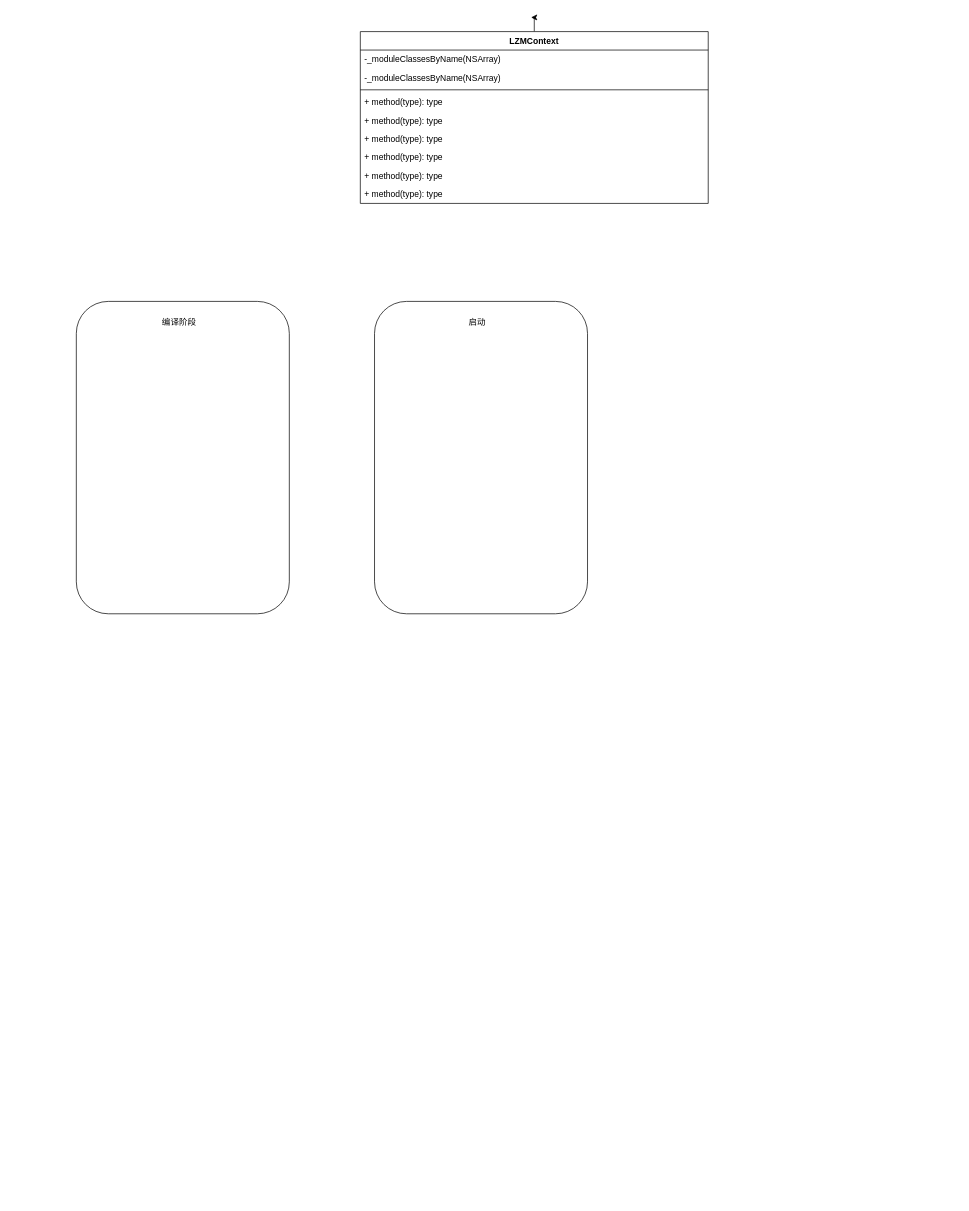
Earlier version of the draw.io diagram ZXWP/LZM问题收集/Untitled Diagram.drawio (lizhuxian020/ZXWordPress). Source tidied: cells renumbered, new cells numbered last; positions are measured from the earlier drawing's top-left corner, leaving out a move shared by most shapes. Both pictures are drawn from the tidied source at 71%, with x=0, y=0 at pixel (76, 17).
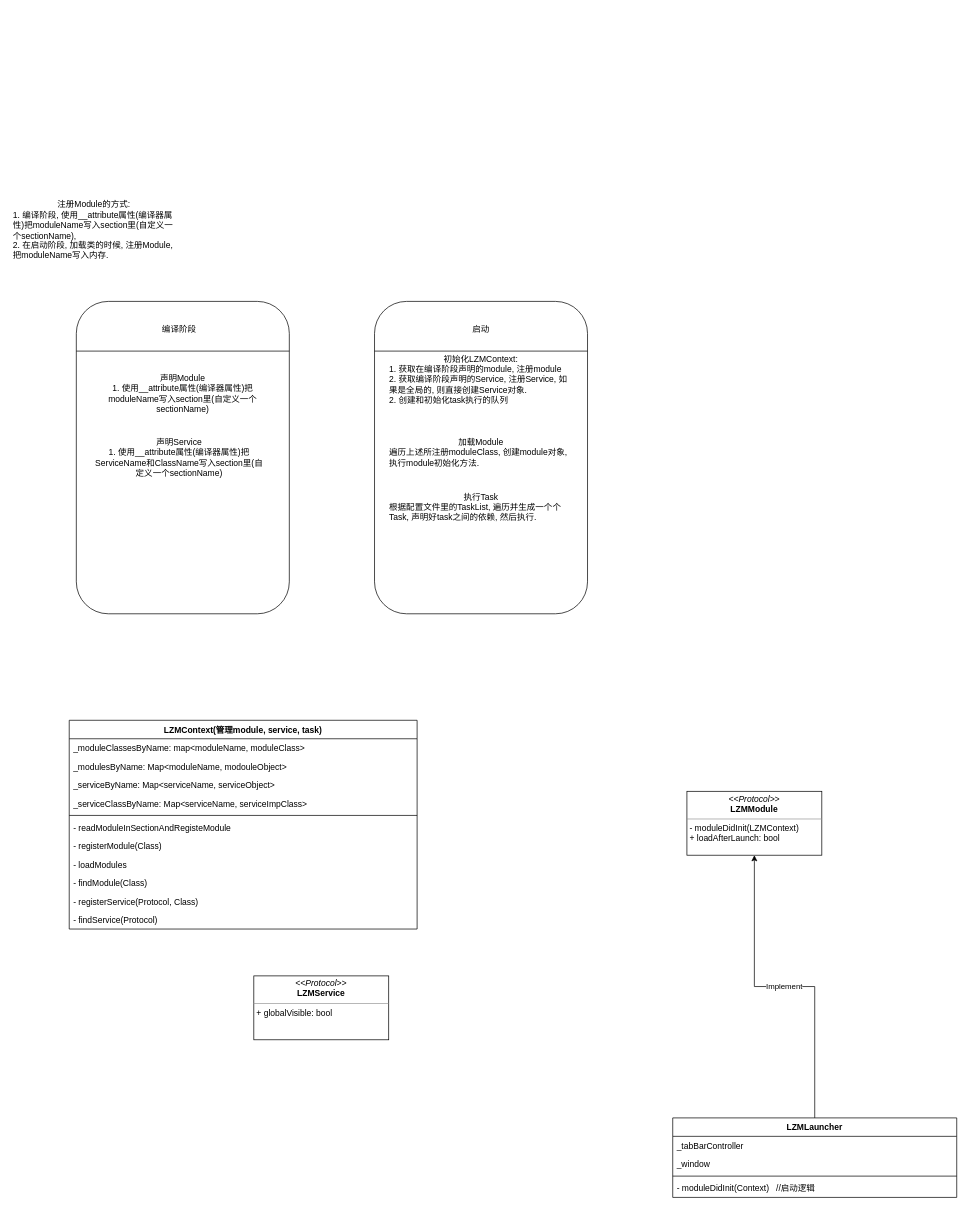
Above is the later version.

Diff of the diagram source:
```diff
@@
-    <mxCell id="2" style="edgeStyle=orthogonalEdgeStyle;rounded=0;jettySize=auto;html=1;" parent="1" edge="1" source="3">
-      <mxGeometry relative="1" as="geometry">
-        <mxPoint x="640" as="targetPoint" />
-      </mxGeometry>
-    </mxCell>
-    <mxCell id="3" value="LZMContext" style="swimlane;fontStyle=1;align=center;verticalAlign=top;horizontal=1;startSize=26;" parent="1" vertex="1">
-      <mxGeometry x="400" y="20" width="490" height="242" as="geometry" />
+    <mxCell id="3" value="LZMContext(管理module, service, task)" style="swimlane;fontStyle=1;align=center;verticalAlign=top;horizontal=1;startSize=26;" parent="1" vertex="1">
+      <mxGeometry x="-10" y="990" width="490" height="294" as="geometry" />
     </mxCell>
-    <mxCell id="4" value="-_moduleClassesByName(NSArray)&#10;" style="text;strokeColor=none;fillColor=none;align=left;verticalAlign=top;spacingLeft=4;spacingRight=4;overflow=hidden;" parent="3" vertex="1">
+    <mxCell id="4" value="_moduleClassesByName: map&lt;moduleName, moduleClass&gt;" style="text;strokeColor=none;fillColor=none;align=left;verticalAlign=top;spacingLeft=4;spacingRight=4;overflow=hidden;" parent="3" vertex="1">
       <mxGeometry y="26" width="490" height="26" as="geometry" />
     </mxCell>
-    <mxCell id="5" value="-_moduleClassesByName(NSArray)&#10;" style="text;strokeColor=none;fillColor=none;align=left;verticalAlign=top;spacingLeft=4;spacingRight=4;overflow=hidden;" parent="3" vertex="1">
+    <mxCell id="5" value="_modulesByName: Map&lt;moduleName, modouleObject&gt;" style="text;strokeColor=none;fillColor=none;align=left;verticalAlign=top;spacingLeft=4;spacingRight=4;overflow=hidden;" parent="3" vertex="1">
       <mxGeometry y="52" width="490" height="26" as="geometry" />
     </mxCell>
+    <mxCell id="19" value="_serviceByName: Map&lt;serviceName, serviceObject&gt;" style="text;strokeColor=none;fillColor=none;align=left;verticalAlign=top;spacingLeft=4;spacingRight=4;overflow=hidden;" parent="3" vertex="1">
+      <mxGeometry y="78" width="490" height="26" as="geometry" />
+    </mxCell>
+    <mxCell id="20" value="_serviceClassByName: Map&lt;serviceName, serviceImpClass&gt;" style="text;strokeColor=none;fillColor=none;align=left;verticalAlign=top;spacingLeft=4;spacingRight=4;overflow=hidden;" parent="3" vertex="1">
+      <mxGeometry y="104" width="490" height="26" as="geometry" />
+    </mxCell>
     <mxCell id="6" style="line;strokeWidth=1;fillColor=none;align=left;verticalAlign=middle;spacingTop=-1;spacingLeft=3;spacingRight=3;labelPosition=right;" parent="3" vertex="1">
-      <mxGeometry y="78" width="490" height="8" as="geometry" />
+      <mxGeometry y="130" width="490" height="8" as="geometry" />
     </mxCell>
-    <mxCell id="7" value="+ method(type): type" style="text;strokeColor=none;fillColor=none;align=left;verticalAlign=top;spacingLeft=4;spacingRight=4;overflow=hidden;" parent="3" vertex="1">
-      <mxGeometry y="86" width="490" height="26" as="geometry" />
+    <mxCell id="7" value="- readModuleInSectionAndRegisteModule" style="text;strokeColor=none;fillColor=none;align=left;verticalAlign=top;spacingLeft=4;spacingRight=4;overflow=hidden;" parent="3" vertex="1">
+      <mxGeometry y="138" width="490" height="26" as="geometry" />
     </mxCell>
-    <mxCell id="8" value="+ method(type): type" style="text;strokeColor=none;fillColor=none;align=left;verticalAlign=top;spacingLeft=4;spacingRight=4;overflow=hidden;" parent="3" vertex="1">
-      <mxGeometry y="112" width="490" height="26" as="geometry" />
+    <mxCell id="8" value="- registerModule(Class)" style="text;strokeColor=none;fillColor=none;align=left;verticalAlign=top;spacingLeft=4;spacingRight=4;overflow=hidden;" parent="3" vertex="1">
+      <mxGeometry y="164" width="490" height="26" as="geometry" />
     </mxCell>
-    <mxCell id="9" value="+ method(type): type" style="text;strokeColor=none;fillColor=none;align=left;verticalAlign=top;spacingLeft=4;spacingRight=4;overflow=hidden;" parent="3" vertex="1">
-      <mxGeometry y="138" width="490" height="26" as="geometry" />
+    <mxCell id="9" value="- loadModules" style="text;strokeColor=none;fillColor=none;align=left;verticalAlign=top;spacingLeft=4;spacingRight=4;overflow=hidden;" parent="3" vertex="1">
+      <mxGeometry y="190" width="490" height="26" as="geometry" />
     </mxCell>
-    <mxCell id="10" value="+ method(type): type" style="text;strokeColor=none;fillColor=none;align=left;verticalAlign=top;spacingLeft=4;spacingRight=4;overflow=hidden;" parent="3" vertex="1">
-      <mxGeometry y="164" width="490" height="26" as="geometry" />
+    <mxCell id="10" value="- findModule(Class)" style="text;strokeColor=none;fillColor=none;align=left;verticalAlign=top;spacingLeft=4;spacingRight=4;overflow=hidden;" parent="3" vertex="1">
+      <mxGeometry y="216" width="490" height="26" as="geometry" />
     </mxCell>
+    <mxCell id="21" value="- registerService(Protocol, Class)" style="text;strokeColor=none;fillColor=none;align=left;verticalAlign=top;spacingLeft=4;spacingRight=4;overflow=hidden;" parent="3" vertex="1">
+      <mxGeometry y="242" width="490" height="26" as="geometry" />
+    </mxCell>
-    <mxCell id="11" value="+ method(type): type" style="text;strokeColor=none;fillColor=none;align=left;verticalAlign=top;spacingLeft=4;spacingRight=4;overflow=hidden;" parent="3" vertex="1">
-      <mxGeometry y="190" width="490" height="26" as="geometry" />
+    <mxCell id="11" value="- findService(Protocol)" style="text;strokeColor=none;fillColor=none;align=left;verticalAlign=top;spacingLeft=4;spacingRight=4;overflow=hidden;" parent="3" vertex="1">
+      <mxGeometry y="268" width="490" height="26" as="geometry" />
     </mxCell>
-    <mxCell id="12" value="+ method(type): type" style="text;strokeColor=none;fillColor=none;align=left;verticalAlign=top;spacingLeft=4;spacingRight=4;overflow=hidden;" parent="3" vertex="1">
-      <mxGeometry y="216" width="490" height="26" as="geometry" />
-    </mxCell>
@@
     <mxCell id="15" value="启动" style="text;html=1;strokeColor=none;fillColor=none;align=center;verticalAlign=middle;whiteSpace=wrap;rounded=0;" parent="1" vertex="1">
-      <mxGeometry x="460" y="420" width="210" height="20" as="geometry" />
+      <mxGeometry x="465" y="430" width="210" height="20" as="geometry" />
     </mxCell>
@@
     <mxCell id="18" value="编译阶段" style="text;html=1;strokeColor=none;fillColor=none;align=center;verticalAlign=middle;whiteSpace=wrap;rounded=0;" parent="1" vertex="1">
-      <mxGeometry x="40" y="420" width="210" height="20" as="geometry" />
+      <mxGeometry x="40" y="430" width="210" height="20" as="geometry" />
     </mxCell>
+    <mxCell id="22" value="声明Module&lt;br&gt;1.&amp;nbsp;&lt;span style=&quot;text-align: left&quot;&gt;使用__attribute属性(编译器属性)把moduleName写入section里(自定义一个sectionName)&lt;/span&gt;" style="text;html=1;strokeColor=none;fillColor=none;align=center;verticalAlign=middle;whiteSpace=wrap;rounded=0;" parent="1" vertex="1">
+      <mxGeometry x="25" y="520" width="250" height="20" as="geometry" />
+    </mxCell>
+    <mxCell id="23" style="endArrow=none;html=1;" parent="1" edge="1">
+      <mxGeometry relative="1" as="geometry">
+        <mxPoint y="470" as="sourcePoint" />
+        <mxPoint x="300" y="470" as="targetPoint" />
+      </mxGeometry>
+    </mxCell>
+    <mxCell id="24" value="注册Module的方式:&lt;br&gt;&lt;div style=&quot;text-align: left&quot;&gt;&lt;span&gt;1. 编译阶段, 使用__attribute属性(编译器属性)把moduleName写入section里(自定义一个sectionName),&lt;/span&gt;&lt;/div&gt;&lt;div style=&quot;text-align: left&quot;&gt;&lt;span&gt;2. 在启动阶段, 加载类的时候, 注册Module, 把moduleName写入内存.&lt;/span&gt;&lt;/div&gt;" style="text;html=1;strokeColor=none;fillColor=none;align=center;verticalAlign=middle;whiteSpace=wrap;rounded=0;" parent="1" vertex="1">
+      <mxGeometry x="-90" y="290" width="230" height="20" as="geometry" />
+    </mxCell>
+    <mxCell id="25" style="endArrow=none;html=1;" parent="1" edge="1">
+      <mxGeometry relative="1" as="geometry">
+        <mxPoint x="420" y="470" as="sourcePoint" />
+        <mxPoint x="720" y="470" as="targetPoint" />
+      </mxGeometry>
+    </mxCell>
+    <mxCell id="26" value="初始化LZMContext:&lt;br&gt;&lt;div style=&quot;text-align: left&quot;&gt;&lt;span&gt;1. 获取在编译阶段声明的module, 注册module&lt;/span&gt;&lt;/div&gt;&lt;div style=&quot;text-align: left&quot;&gt;&lt;span&gt;2. 获取编译阶段声明的Service, 注册Service, 如果是全局的, 则直接创建Service对象.&lt;/span&gt;&lt;/div&gt;&lt;div style=&quot;text-align: left&quot;&gt;&lt;span&gt;2. 创建和初始化task执行的队列&lt;/span&gt;&lt;/div&gt;" style="text;html=1;strokeColor=none;fillColor=none;align=center;verticalAlign=middle;whiteSpace=wrap;rounded=0;" parent="1" vertex="1">
+      <mxGeometry x="440" y="500" width="260" height="20" as="geometry" />
+    </mxCell>
+    <mxCell id="27" value="&lt;p style=&quot;margin: 0px ; margin-top: 4px ; text-align: center&quot;&gt;&lt;i&gt;&amp;lt;&amp;lt;Protocol&amp;gt;&amp;gt;&lt;/i&gt;&lt;br&gt;&lt;b&gt;LZMModule&lt;/b&gt;&lt;/p&gt;&lt;hr size=&quot;1&quot;&gt;&lt;p style=&quot;margin: 0px ; margin-left: 4px&quot;&gt;- moduleDidInit(LZMContext)&lt;br&gt;+ loadAfterLaunch: bool&lt;/p&gt;" style="verticalAlign=top;align=left;overflow=fill;fontSize=12;fontFamily=Helvetica;html=1;" parent="1" vertex="1">
+      <mxGeometry x="860" y="1090" width="190" height="90" as="geometry" />
+    </mxCell>
+    <mxCell id="28" value="加载Module&lt;br&gt;&lt;div style=&quot;text-align: left&quot;&gt;遍历上述所注册moduleClass, 创建module对象, 执行module初始化方法.&lt;/div&gt;&lt;div style=&quot;text-align: left&quot;&gt;&lt;br&gt;&lt;/div&gt;" style="text;html=1;strokeColor=none;fillColor=none;align=center;verticalAlign=middle;whiteSpace=wrap;rounded=0;" parent="1" vertex="1">
+      <mxGeometry x="440" y="610" width="260" height="20" as="geometry" />
+    </mxCell>
+    <mxCell id="29" value="声明Service&lt;br&gt;1.&amp;nbsp;&lt;span style=&quot;text-align: left&quot;&gt;使用__attribute属性(编译器属性)把ServiceName和ClassName写入section里(自定义一个sectionName)&lt;/span&gt;" style="text;html=1;strokeColor=none;fillColor=none;align=center;verticalAlign=middle;whiteSpace=wrap;rounded=0;" parent="1" vertex="1">
+      <mxGeometry x="20" y="610" width="250" height="20" as="geometry" />
+    </mxCell>
+    <mxCell id="30" value="&lt;p style=&quot;margin: 0px ; margin-top: 4px ; text-align: center&quot;&gt;&lt;i&gt;&amp;lt;&amp;lt;Protocol&amp;gt;&amp;gt;&lt;/i&gt;&lt;br&gt;&lt;b&gt;LZMService&lt;/b&gt;&lt;/p&gt;&lt;hr size=&quot;1&quot;&gt;&lt;p style=&quot;margin: 0px ; margin-left: 4px&quot;&gt;+ globalVisible: bool&lt;/p&gt;" style="verticalAlign=top;align=left;overflow=fill;fontSize=12;fontFamily=Helvetica;html=1;" parent="1" vertex="1">
+      <mxGeometry x="250" y="1350" width="190" height="90" as="geometry" />
+    </mxCell>
+    <mxCell id="31" value="执行Task&lt;br&gt;&lt;div style=&quot;text-align: left&quot;&gt;根据配置文件里的TaskList, 遍历并生成一个个Task, 声明好task之间的依赖, 然后执行.&lt;/div&gt;" style="text;html=1;strokeColor=none;fillColor=none;align=center;verticalAlign=middle;whiteSpace=wrap;rounded=0;" parent="1" vertex="1">
+      <mxGeometry x="440" y="680" width="260" height="20" as="geometry" />
+    </mxCell>
+    <mxCell id="32" value="Implement" style="edgeStyle=orthogonalEdgeStyle;rounded=0;jettySize=auto;html=1;entryX=0.5;entryY=1;entryDx=0;entryDy=0;" parent="1" edge="1" source="33" target="27">
+      <mxGeometry relative="1" as="geometry" />
+    </mxCell>
+    <mxCell id="33" value="LZMLauncher" style="swimlane;fontStyle=1;align=center;verticalAlign=top;horizontal=1;startSize=26;" parent="1" vertex="1">
+      <mxGeometry x="840" y="1550" width="400" height="112" as="geometry" />
+    </mxCell>
+    <mxCell id="34" value="_tabBarController" style="text;strokeColor=none;fillColor=none;align=left;verticalAlign=top;spacingLeft=4;spacingRight=4;overflow=hidden;" parent="33" vertex="1">
+      <mxGeometry y="26" width="400" height="26" as="geometry" />
+    </mxCell>
+    <mxCell id="35" value="_window" style="text;strokeColor=none;fillColor=none;align=left;verticalAlign=top;spacingLeft=4;spacingRight=4;overflow=hidden;" parent="33" vertex="1">
+      <mxGeometry y="52" width="400" height="26" as="geometry" />
+    </mxCell>
+    <mxCell id="36" style="line;strokeWidth=1;fillColor=none;align=left;verticalAlign=middle;spacingTop=-1;spacingLeft=3;spacingRight=3;labelPosition=right;" parent="33" vertex="1">
+      <mxGeometry y="78" width="400" height="8" as="geometry" />
+    </mxCell>
+    <mxCell id="37" value="- moduleDidInit(Context)   //启动逻辑" style="text;strokeColor=none;fillColor=none;align=left;verticalAlign=top;spacingLeft=4;spacingRight=4;overflow=hidden;" parent="33" vertex="1">
+      <mxGeometry y="86" width="400" height="26" as="geometry" />
+    </mxCell>
```
